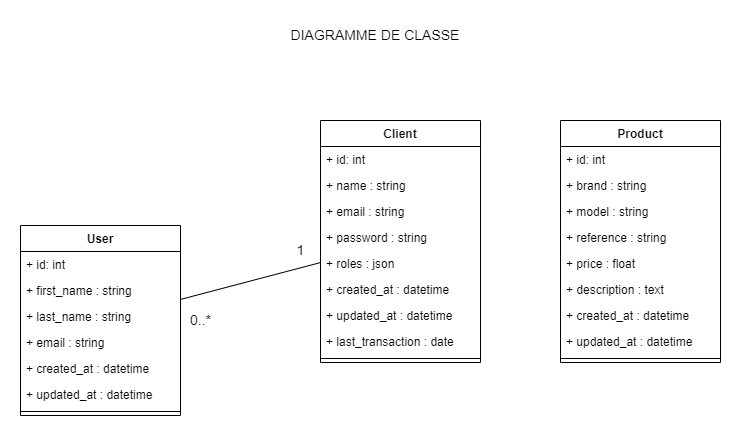
This is Diagrams/Class.png from Pierre-Ka/API-OP7, a draw.io export, as it was before one commit. Source tidied: cells renumbered, new cells last; positions are measured from the earlier drawing's top-left corner, leaving out a move shared by most shapes. The source it was exported from:
```xml
<mxGraphModel>
  <root>
    <mxCell id="0" />
    <mxCell id="1" parent="0" />
    <mxCell id="2" value="Client" style="swimlane;fontStyle=1;align=center;verticalAlign=top;horizontal=1;startSize=26;" parent="1" vertex="1">
      <mxGeometry x="300" y="100" width="160" height="242" as="geometry" />
    </mxCell>
    <mxCell id="3" value="+ id: int" style="text;strokeColor=none;fillColor=none;align=left;verticalAlign=top;spacingLeft=4;spacingRight=4;overflow=hidden;" parent="2" vertex="1">
      <mxGeometry y="26" width="160" height="26" as="geometry" />
    </mxCell>
    <mxCell id="4" value="+ name : string" style="text;strokeColor=none;fillColor=none;align=left;verticalAlign=top;spacingLeft=4;spacingRight=4;overflow=hidden;" parent="2" vertex="1">
      <mxGeometry y="52" width="160" height="26" as="geometry" />
    </mxCell>
    <mxCell id="5" value="+ email : string" style="text;strokeColor=none;fillColor=none;align=left;verticalAlign=top;spacingLeft=4;spacingRight=4;overflow=hidden;" parent="2" vertex="1">
      <mxGeometry y="78" width="160" height="26" as="geometry" />
    </mxCell>
    <mxCell id="6" value="+ password : string" style="text;strokeColor=none;fillColor=none;align=left;verticalAlign=top;spacingLeft=4;spacingRight=4;overflow=hidden;" parent="2" vertex="1">
      <mxGeometry y="104" width="160" height="26" as="geometry" />
    </mxCell>
    <mxCell id="7" value="+ roles : json" style="text;strokeColor=none;fillColor=none;align=left;verticalAlign=top;spacingLeft=4;spacingRight=4;overflow=hidden;" parent="2" vertex="1">
      <mxGeometry y="130" width="160" height="26" as="geometry" />
    </mxCell>
    <mxCell id="8" value="+ created_at : datetime" style="text;strokeColor=none;fillColor=none;align=left;verticalAlign=top;spacingLeft=4;spacingRight=4;overflow=hidden;" parent="2" vertex="1">
      <mxGeometry y="156" width="160" height="26" as="geometry" />
    </mxCell>
    <mxCell id="9" value="+ updated_at : datetime" style="text;strokeColor=none;fillColor=none;align=left;verticalAlign=top;spacingLeft=4;spacingRight=4;overflow=hidden;" parent="2" vertex="1">
      <mxGeometry y="182" width="160" height="26" as="geometry" />
    </mxCell>
    <mxCell id="10" value="+ last_transaction : date" style="text;strokeColor=none;fillColor=none;align=left;verticalAlign=top;spacingLeft=4;spacingRight=4;overflow=hidden;" parent="2" vertex="1">
      <mxGeometry y="208" width="160" height="26" as="geometry" />
    </mxCell>
    <mxCell id="11" style="line;strokeWidth=1;fillColor=none;align=left;verticalAlign=middle;spacingTop=-1;spacingLeft=3;spacingRight=3;labelPosition=right;" parent="2" vertex="1">
      <mxGeometry y="234" width="160" height="8" as="geometry" />
    </mxCell>
    <mxCell id="12" value="Product" style="swimlane;fontStyle=1;align=center;verticalAlign=top;horizontal=1;startSize=26;" parent="1" vertex="1">
      <mxGeometry x="540" y="100" width="160" height="242" as="geometry" />
    </mxCell>
    <mxCell id="13" value="+ id: int" style="text;strokeColor=none;fillColor=none;align=left;verticalAlign=top;spacingLeft=4;spacingRight=4;overflow=hidden;" parent="12" vertex="1">
      <mxGeometry y="26" width="160" height="26" as="geometry" />
    </mxCell>
    <mxCell id="14" value="+ brand : string" style="text;strokeColor=none;fillColor=none;align=left;verticalAlign=top;spacingLeft=4;spacingRight=4;overflow=hidden;" parent="12" vertex="1">
      <mxGeometry y="52" width="160" height="26" as="geometry" />
    </mxCell>
    <mxCell id="15" value="+ model : string" style="text;strokeColor=none;fillColor=none;align=left;verticalAlign=top;spacingLeft=4;spacingRight=4;overflow=hidden;" parent="12" vertex="1">
      <mxGeometry y="78" width="160" height="26" as="geometry" />
    </mxCell>
    <mxCell id="16" value="+ reference : string" style="text;strokeColor=none;fillColor=none;align=left;verticalAlign=top;spacingLeft=4;spacingRight=4;overflow=hidden;" parent="12" vertex="1">
      <mxGeometry y="104" width="160" height="26" as="geometry" />
    </mxCell>
    <mxCell id="17" value="+ price : float" style="text;strokeColor=none;fillColor=none;align=left;verticalAlign=top;spacingLeft=4;spacingRight=4;overflow=hidden;" parent="12" vertex="1">
      <mxGeometry y="130" width="160" height="26" as="geometry" />
    </mxCell>
    <mxCell id="18" value="+ description : text" style="text;strokeColor=none;fillColor=none;align=left;verticalAlign=top;spacingLeft=4;spacingRight=4;overflow=hidden;" parent="12" vertex="1">
      <mxGeometry y="156" width="160" height="26" as="geometry" />
    </mxCell>
    <mxCell id="19" value="+ created_at : datetime" style="text;strokeColor=none;fillColor=none;align=left;verticalAlign=top;spacingLeft=4;spacingRight=4;overflow=hidden;" parent="12" vertex="1">
      <mxGeometry y="182" width="160" height="26" as="geometry" />
    </mxCell>
    <mxCell id="20" value="+ updated_at : datetime" style="text;strokeColor=none;fillColor=none;align=left;verticalAlign=top;spacingLeft=4;spacingRight=4;overflow=hidden;" parent="12" vertex="1">
      <mxGeometry y="208" width="160" height="26" as="geometry" />
    </mxCell>
    <mxCell id="21" style="line;strokeWidth=1;fillColor=none;align=left;verticalAlign=middle;spacingTop=-1;spacingLeft=3;spacingRight=3;labelPosition=right;" parent="12" vertex="1">
      <mxGeometry y="234" width="160" height="8" as="geometry" />
    </mxCell>
    <mxCell id="22" value="User" style="swimlane;fontStyle=1;align=center;verticalAlign=top;horizontal=1;startSize=26;" parent="1" vertex="1">
      <mxGeometry y="205" width="160" height="190" as="geometry" />
    </mxCell>
    <mxCell id="23" value="+ id: int" style="text;strokeColor=none;fillColor=none;align=left;verticalAlign=top;spacingLeft=4;spacingRight=4;overflow=hidden;" parent="22" vertex="1">
      <mxGeometry y="26" width="160" height="26" as="geometry" />
    </mxCell>
    <mxCell id="24" value="+ first_name : string" style="text;strokeColor=none;fillColor=none;align=left;verticalAlign=top;spacingLeft=4;spacingRight=4;overflow=hidden;" parent="22" vertex="1">
      <mxGeometry y="52" width="160" height="26" as="geometry" />
    </mxCell>
    <mxCell id="25" value="+ last_name : string" style="text;strokeColor=none;fillColor=none;align=left;verticalAlign=top;spacingLeft=4;spacingRight=4;overflow=hidden;" parent="22" vertex="1">
      <mxGeometry y="78" width="160" height="26" as="geometry" />
    </mxCell>
    <mxCell id="26" value="+ email : string" style="text;strokeColor=none;fillColor=none;align=left;verticalAlign=top;spacingLeft=4;spacingRight=4;overflow=hidden;" parent="22" vertex="1">
      <mxGeometry y="104" width="160" height="26" as="geometry" />
    </mxCell>
    <mxCell id="27" value="+ created_at : datetime" style="text;strokeColor=none;fillColor=none;align=left;verticalAlign=top;spacingLeft=4;spacingRight=4;overflow=hidden;" parent="22" vertex="1">
      <mxGeometry y="130" width="160" height="26" as="geometry" />
    </mxCell>
    <mxCell id="28" value="+ updated_at : datetime" style="text;strokeColor=none;fillColor=none;align=left;verticalAlign=top;spacingLeft=4;spacingRight=4;overflow=hidden;" parent="22" vertex="1">
      <mxGeometry y="156" width="160" height="26" as="geometry" />
    </mxCell>
    <mxCell id="29" style="line;strokeWidth=1;fillColor=none;align=left;verticalAlign=middle;spacingTop=-1;spacingLeft=3;spacingRight=3;labelPosition=right;" parent="22" vertex="1">
      <mxGeometry y="182" width="160" height="8" as="geometry" />
    </mxCell>
    <mxCell id="30" style="endArrow=none;html=1;rounded=0;" parent="1" edge="1" source="22" target="2">
      <mxGeometry relative="1" as="geometry" />
    </mxCell>
    <mxCell id="31" value="&lt;font style=&quot;font-size: 14px&quot;&gt;1&lt;/font&gt;" style="text;html=1;align=center;verticalAlign=middle;strokeColor=none;fillColor=none;" parent="1" vertex="1">
      <mxGeometry x="270" y="220" width="20" height="20" as="geometry" />
    </mxCell>
    <mxCell id="32" value="0..*" style="text;html=1;align=center;verticalAlign=middle;strokeColor=none;fillColor=none;fontSize=14;" parent="1" vertex="1">
      <mxGeometry x="160" y="290" width="40" height="20" as="geometry" />
    </mxCell>
    <mxCell id="33" value="DIAGRAMME DE CLASSE" style="text;html=1;strokeColor=none;fillColor=none;align=center;verticalAlign=middle;whiteSpace=wrap;rounded=0;fontSize=14;" parent="1" vertex="1">
      <mxGeometry x="170" width="370" height="30" as="geometry" />
    </mxCell>
  </root>
</mxGraphModel>
```
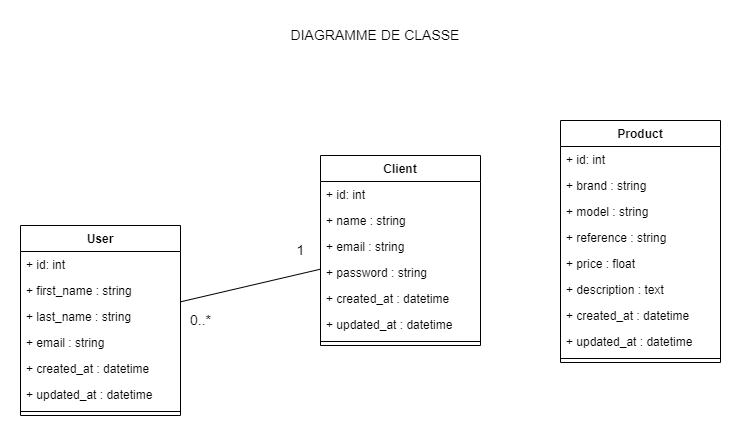
The same file after the commit.

What changed in the source:
```diff
@@ -3,7 +3,7 @@
     <mxCell id="0" />
     <mxCell id="1" parent="0" />
     <mxCell id="2" value="Client" style="swimlane;fontStyle=1;align=center;verticalAlign=top;horizontal=1;startSize=26;" parent="1" vertex="1">
-      <mxGeometry x="300" y="100" width="160" height="242" as="geometry" />
+      <mxGeometry x="300" y="135" width="160" height="190" as="geometry" />
     </mxCell>
     <mxCell id="3" value="+ id: int" style="text;strokeColor=none;fillColor=none;align=left;verticalAlign=top;spacingLeft=4;spacingRight=4;overflow=hidden;" parent="2" vertex="1">
       <mxGeometry y="26" width="160" height="26" as="geometry" />
@@ -17,20 +17,14 @@
     <mxCell id="6" value="+ password : string" style="text;strokeColor=none;fillColor=none;align=left;verticalAlign=top;spacingLeft=4;spacingRight=4;overflow=hidden;" parent="2" vertex="1">
       <mxGeometry y="104" width="160" height="26" as="geometry" />
     </mxCell>
-    <mxCell id="7" value="+ roles : json" style="text;strokeColor=none;fillColor=none;align=left;verticalAlign=top;spacingLeft=4;spacingRight=4;overflow=hidden;" parent="2" vertex="1">
-      <mxGeometry y="130" width="160" height="26" as="geometry" />
-    </mxCell>
     <mxCell id="8" value="+ created_at : datetime" style="text;strokeColor=none;fillColor=none;align=left;verticalAlign=top;spacingLeft=4;spacingRight=4;overflow=hidden;" parent="2" vertex="1">
-      <mxGeometry y="156" width="160" height="26" as="geometry" />
+      <mxGeometry y="130" width="160" height="26" as="geometry" />
     </mxCell>
     <mxCell id="9" value="+ updated_at : datetime" style="text;strokeColor=none;fillColor=none;align=left;verticalAlign=top;spacingLeft=4;spacingRight=4;overflow=hidden;" parent="2" vertex="1">
-      <mxGeometry y="182" width="160" height="26" as="geometry" />
+      <mxGeometry y="156" width="160" height="26" as="geometry" />
     </mxCell>
-    <mxCell id="10" value="+ last_transaction : date" style="text;strokeColor=none;fillColor=none;align=left;verticalAlign=top;spacingLeft=4;spacingRight=4;overflow=hidden;" parent="2" vertex="1">
-      <mxGeometry y="208" width="160" height="26" as="geometry" />
-    </mxCell>
     <mxCell id="11" style="line;strokeWidth=1;fillColor=none;align=left;verticalAlign=middle;spacingTop=-1;spacingLeft=3;spacingRight=3;labelPosition=right;" parent="2" vertex="1">
-      <mxGeometry y="234" width="160" height="8" as="geometry" />
+      <mxGeometry y="182" width="160" height="8" as="geometry" />
     </mxCell>
     <mxCell id="12" value="Product" style="swimlane;fontStyle=1;align=center;verticalAlign=top;horizontal=1;startSize=26;" parent="1" vertex="1">
       <mxGeometry x="540" y="100" width="160" height="242" as="geometry" />
```
